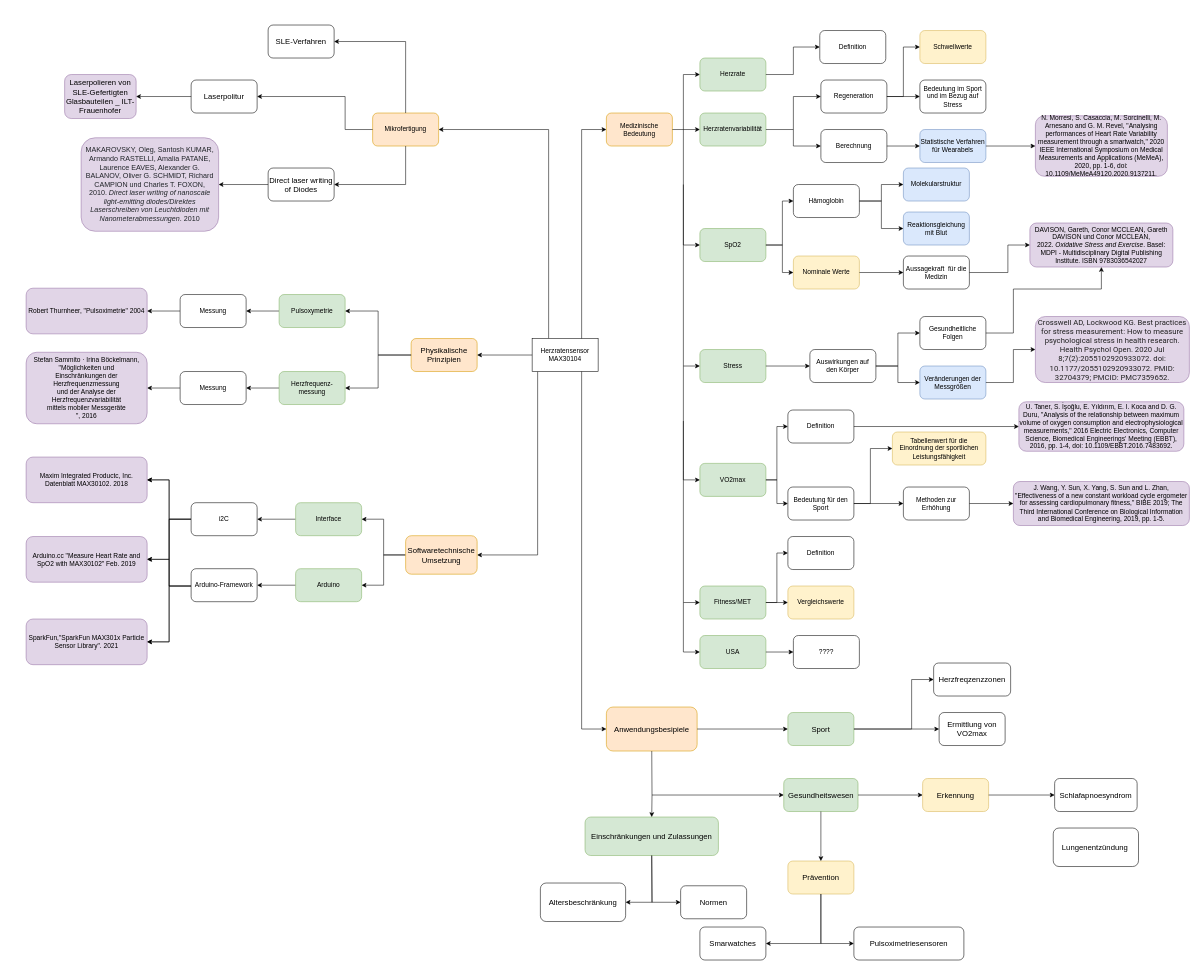
This is MNST.drawio from Lostqw1/Funfun, a draw.io file, before an edit. Source tidied: cells renumbered, new cells numbered last; positions are measured from the earlier drawing's top-left corner, leaving out a move shared by most shapes. Both pictures are drawn from the tidied source at 55%, with x=0, y=0 at pixel (26, 25).
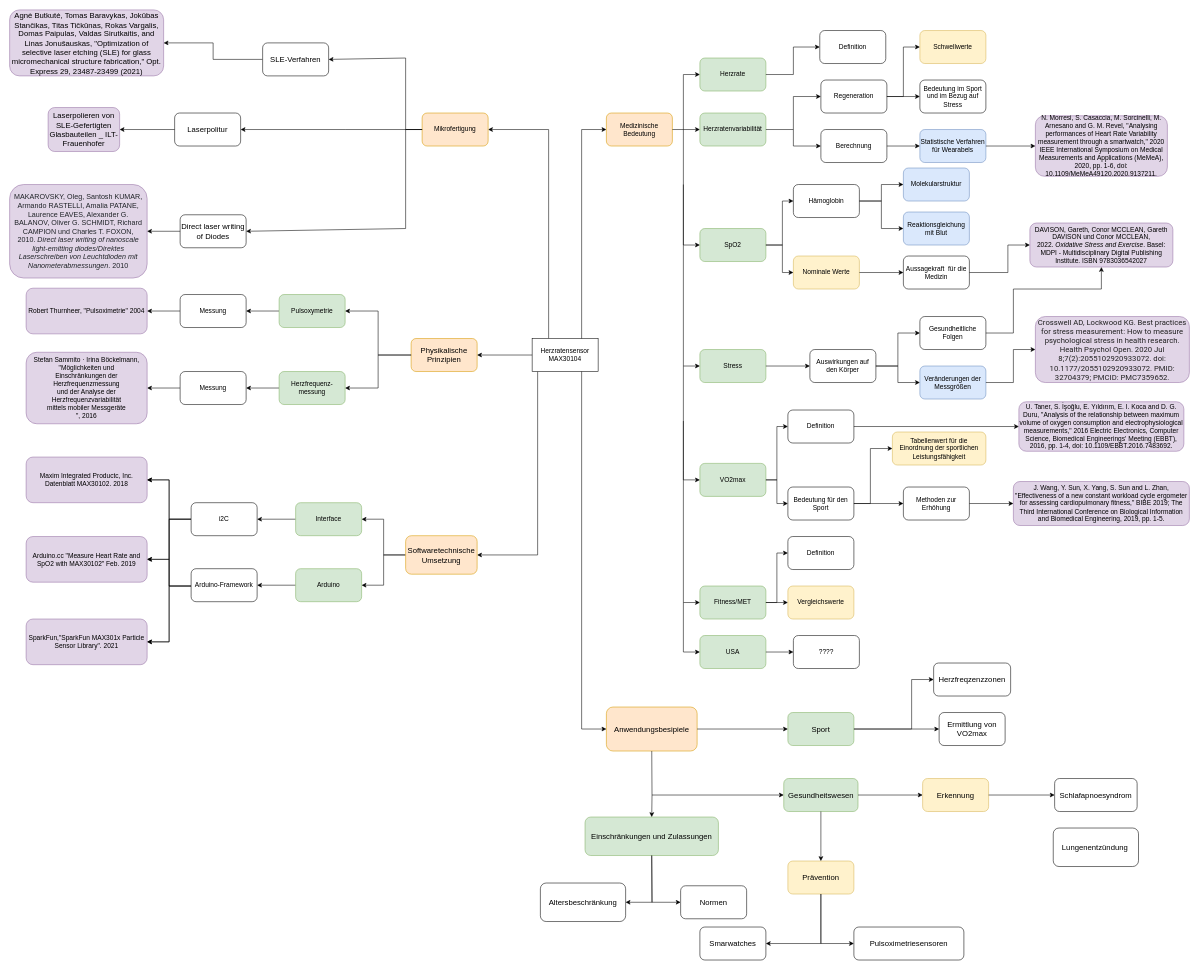
After the change.

Change to the diagram source:
```diff
@@
     <mxCell id="6" value="Mikrofertigung" style="rounded=1;whiteSpace=wrap;html=1;fillColor=#ffe6cc;strokeColor=#d79b00;" parent="1" vertex="1">
-      <mxGeometry x="630" y="160" width="120" height="60" as="geometry" />
+      <mxGeometry x="720" y="160" width="120" height="60" as="geometry" />
     </mxCell>
@@
+    <mxCell id="144" style="edgeStyle=orthogonalEdgeStyle;rounded=0;jettySize=auto;html=1;entryX=1;entryY=0.5;entryDx=0;entryDy=0;" parent="1" edge="1" source="118" target="145">
+      <mxGeometry relative="1" as="geometry" />
+    </mxCell>
     <mxCell id="118" value="SLE-Verfahren" style="rounded=1;whiteSpace=wrap;html=1;labelBackgroundColor=none;fontSize=14;fontColor=#000000;" parent="1" vertex="1">
-      <mxGeometry x="440" width="120" height="60" as="geometry" />
+      <mxGeometry x="430" y="32.5" width="120" height="60" as="geometry" />
     </mxCell>
     <mxCell id="119" value="Laserpolitur" style="rounded=1;whiteSpace=wrap;html=1;labelBackgroundColor=none;fontSize=14;fontColor=#000000;" parent="1" vertex="1">
-      <mxGeometry x="300" y="100" width="120" height="60" as="geometry" />
+      <mxGeometry x="270" y="160" width="120" height="60" as="geometry" />
     </mxCell>
@@
-    <mxCell id="123" style="endArrow=classic;html=1;rounded=0;fontSize=14;fontColor=#000000;entryX=1;entryY=0.5;entryDx=0;entryDy=0;exitX=0.5;exitY=0;exitDx=0;exitDy=0;" parent="1" edge="1" source="6" target="118">
+    <mxCell id="123" style="endArrow=classic;html=1;rounded=0;fontSize=14;fontColor=#000000;entryX=1;entryY=0.5;entryDx=0;entryDy=0;exitX=0;exitY=0.5;exitDx=0;exitDy=0;" parent="1" edge="1" source="6" target="118">
       <mxGeometry relative="1" as="geometry">
         <Array as="points">
-          <mxPoint x="690" y="30" />
+          <mxPoint x="690" y="190" />
+          <mxPoint x="690" y="60" />
         </Array>
       </mxGeometry>
     </mxCell>
@@
     <mxCell id="137" style="endArrow=classic;html=1;rounded=0;fontSize=14;fontColor=#000000;entryX=1;entryY=0.5;entryDx=0;entryDy=0;exitX=0;exitY=0.5;exitDx=0;exitDy=0;" parent="1" edge="1" source="6" target="119">
       <mxGeometry relative="1" as="geometry">
         <Array as="points">
           <mxPoint x="580" y="190" />
-          <mxPoint x="580" y="130" />
         </Array>
       </mxGeometry>
     </mxCell>
     <mxCell id="138" value="Laserpolieren von SLE-Gefertigten Glasbauteilen _ ILT-Frauenhofer" style="rounded=1;whiteSpace=wrap;html=1;labelBackgroundColor=none;fontSize=14;fillColor=#e1d5e7;strokeColor=#9673a6;" parent="1" vertex="1">
-      <mxGeometry x="70" y="90" width="130" height="80" as="geometry" />
+      <mxGeometry x="40" y="150" width="130" height="80" as="geometry" />
     </mxCell>
@@
     <mxCell id="140" value="Direct laser writing of Diodes" style="rounded=1;whiteSpace=wrap;html=1;labelBackgroundColor=none;fontSize=14;fontColor=#000000;" parent="1" vertex="1">
-      <mxGeometry x="440" y="260" width="120" height="60" as="geometry" />
+      <mxGeometry x="280" y="345" width="120" height="60" as="geometry" />
     </mxCell>
-    <mxCell id="141" style="endArrow=classic;html=1;rounded=0;fontSize=14;fontColor=#000000;entryX=1;entryY=0.5;entryDx=0;entryDy=0;exitX=0.5;exitY=1;exitDx=0;exitDy=0;" parent="1" edge="1" source="6" target="140">
+    <mxCell id="141" style="endArrow=classic;html=1;rounded=0;fontSize=14;fontColor=#000000;entryX=1;entryY=0.5;entryDx=0;entryDy=0;exitX=0;exitY=0.5;exitDx=0;exitDy=0;" parent="1" edge="1" source="6" target="140">
       <mxGeometry relative="1" as="geometry">
         <Array as="points">
-          <mxPoint x="690" y="290" />
+          <mxPoint x="690" y="190" />
+          <mxPoint x="690" y="370" />
         </Array>
       </mxGeometry>
     </mxCell>
     <mxCell id="142" value="&lt;span style=&quot;caret-color: rgb(33, 37, 41); color: rgb(33, 37, 41); font-family: myriad-pro-semi-condensed, Arial, Helvetica, sans-serif; font-size: 13px; text-align: left;&quot;&gt;MAKAROVSKY, Oleg, Santosh KUMAR, Armando RASTELLI, Amalia PATANE, Laurence EAVES, Alexander G. BALANOV, Oliver G. SCHMIDT, Richard CAMPION und Charles T. FOXON, 2010.&amp;nbsp;&lt;/span&gt;&lt;em style=&quot;box-sizing: border-box; caret-color: rgb(33, 37, 41); color: rgb(33, 37, 41); font-family: myriad-pro-semi-condensed, Arial, Helvetica, sans-serif; font-size: 13px; text-align: left;&quot;&gt;Direct laser writing of nanoscale light-emitting diodes/Direktes Laserschreiben von Leuchtdioden mit Nanometerabmessungen&lt;/em&gt;&lt;span style=&quot;caret-color: rgb(33, 37, 41); color: rgb(33, 37, 41); font-family: myriad-pro-semi-condensed, Arial, Helvetica, sans-serif; font-size: 13px; text-align: left;&quot;&gt;. 2010&lt;/span&gt;" style="rounded=1;whiteSpace=wrap;html=1;labelBackgroundColor=none;fontSize=13;fillColor=#e1d5e7;strokeColor=#9673a6;" parent="1" vertex="1">
-      <mxGeometry x="100" y="205" width="250" height="170" as="geometry" />
+      <mxGeometry x="-30" y="290" width="250" height="170" as="geometry" />
     </mxCell>
@@
+    <mxCell id="145" value="Agnė Butkutė, Tomas Baravykas, Jokūbas Stančikas, Titas Tičkūnas, Rokas Vargalis, Domas Paipulas, Valdas Sirutkaitis, and Linas Jonušauskas, &quot;Optimization of selective laser etching (SLE) for glass micromechanical structure fabrication,&quot; Opt. Express 29, 23487-23499 (2021)&lt;br&gt;" style="rounded=1;whiteSpace=wrap;html=1;fontSize=14;fillColor=#e1d5e7;strokeColor=#9673a6;labelBackgroundColor=none;" parent="1" vertex="1">
+      <mxGeometry x="-30" y="-27.5" width="280" height="120" as="geometry" />
+    </mxCell>
```
